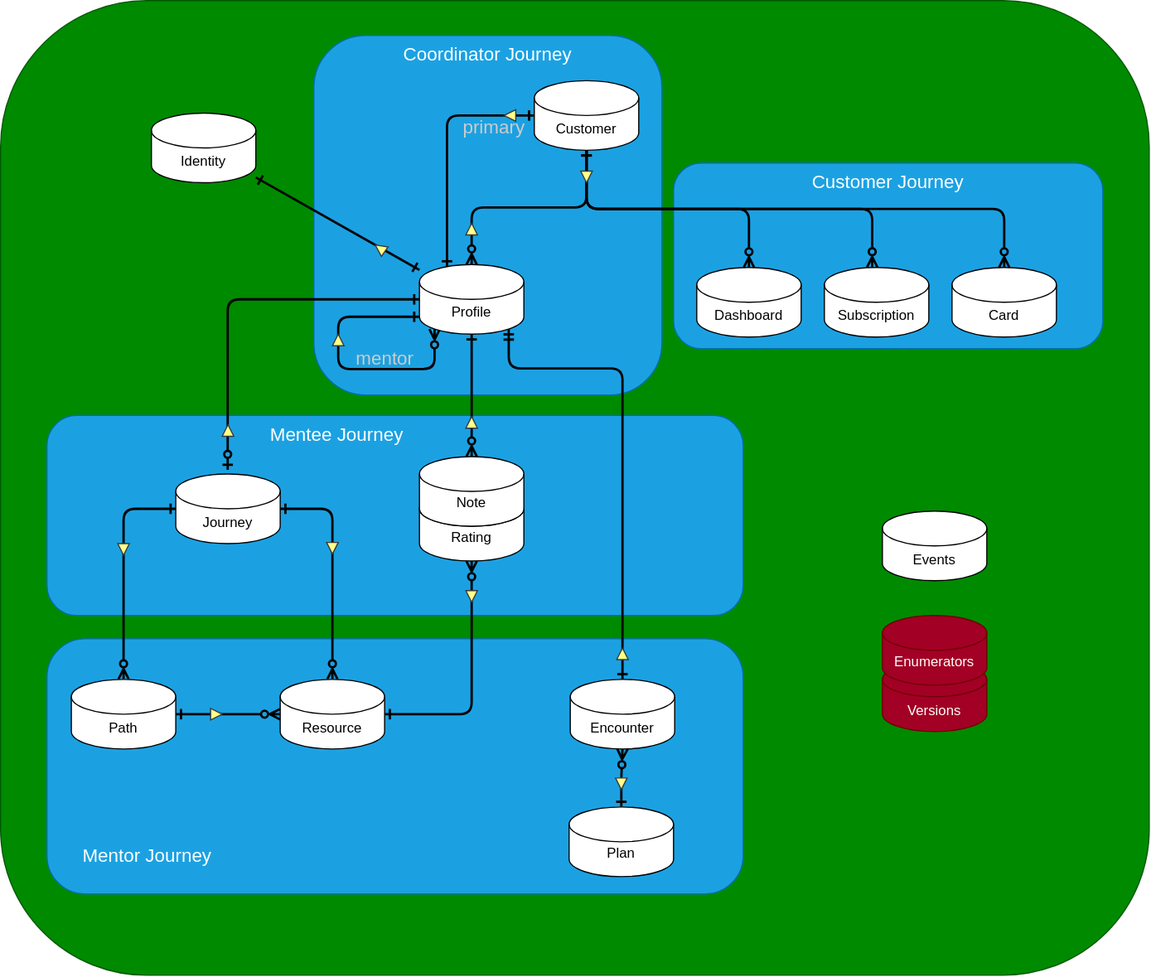
Before: erd.svg, a diagram exported from draw.io (mentor-forge/mentorhub_mongodb_api). Source tidied: cells renumbered, new cells last; positions are measured from the earlier drawing's top-left corner, leaving out a move shared by most shapes.
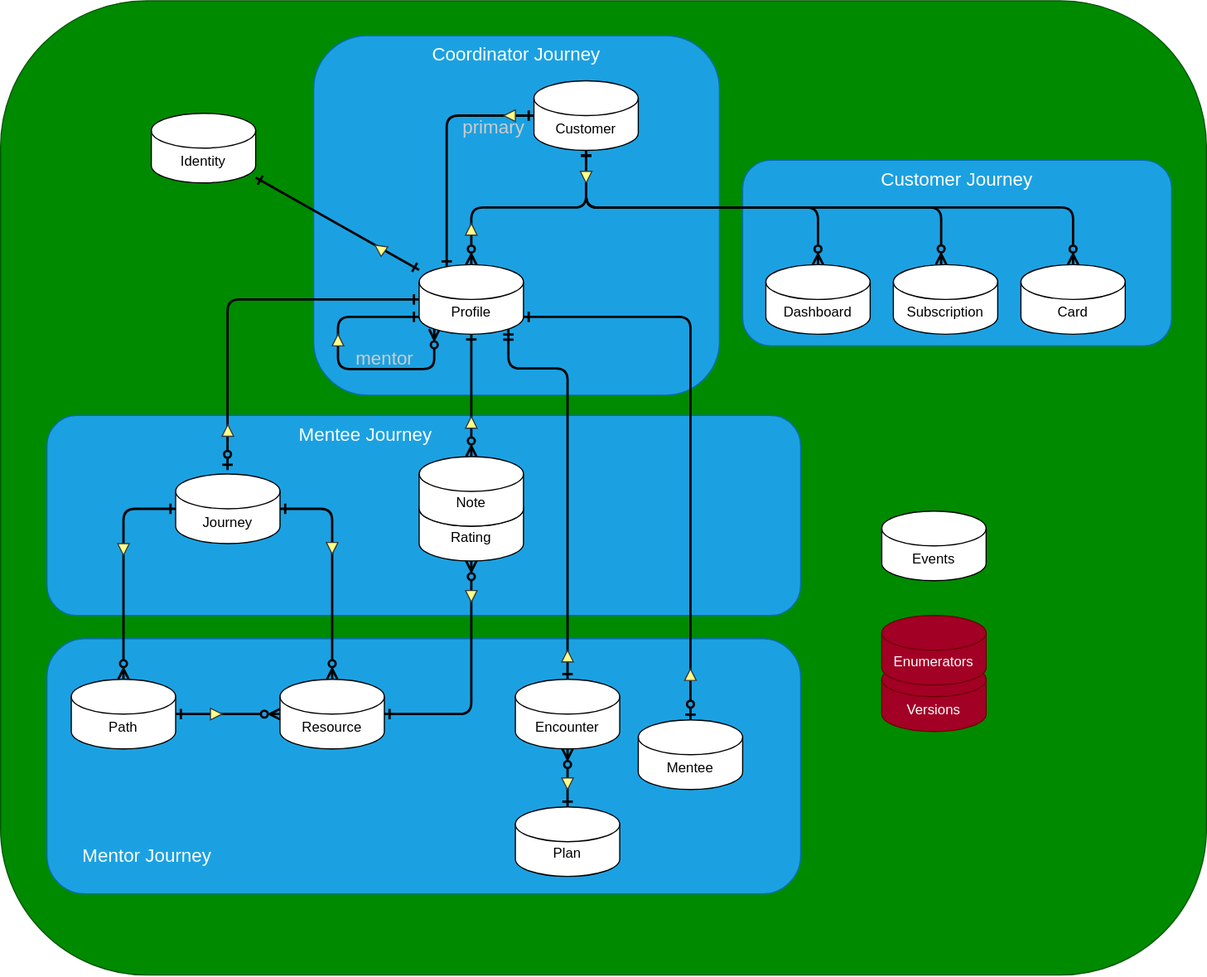
Later version of the same file.

Commit message:
Proposing Mentee Collection

Change to the diagram source:
```diff
@@ -3,22 +3,22 @@
     <mxCell id="0" />
     <mxCell id="1" parent="0" />
     <mxCell id="2" style="rounded=1;whiteSpace=wrap;html=1;fillColor=#008a00;strokeColor=#005700;fontColor=#ffffff;" parent="1" vertex="1">
-      <mxGeometry width="990" height="840" as="geometry" />
+      <mxGeometry width="1040" height="840" as="geometry" />
     </mxCell>
     <mxCell id="3" value="Mentor Journey" style="rounded=1;whiteSpace=wrap;html=1;fontSize=16;fillColor=#1ba1e2;strokeColor=#006EAF;fontColor=#ffffff;verticalAlign=bottom;spacingLeft=29;spacingBottom=21;align=left;" parent="1" vertex="1">
-      <mxGeometry x="40" y="550" width="600" height="220" as="geometry" />
+      <mxGeometry x="40" y="550" width="650" height="220" as="geometry" />
     </mxCell>
     <mxCell id="4" value="Mentee Journey" style="rounded=1;whiteSpace=wrap;html=1;fontSize=16;fillColor=#1ba1e2;strokeColor=#006EAF;fontColor=#ffffff;verticalAlign=top;spacingRight=100;" parent="1" vertex="1">
-      <mxGeometry x="40" y="357.5" width="600" height="172.5" as="geometry" />
+      <mxGeometry x="40" y="357.5" width="650" height="172.5" as="geometry" />
     </mxCell>
     <mxCell id="5" value="Coordinator Journey" style="rounded=1;whiteSpace=wrap;html=1;fontSize=16;fillColor=#1ba1e2;strokeColor=#006EAF;fontColor=#ffffff;verticalAlign=top;" parent="1" vertex="1">
-      <mxGeometry x="270" y="30" width="300" height="310" as="geometry" />
+      <mxGeometry x="270" y="30" width="350" height="310" as="geometry" />
     </mxCell>
     <mxCell id="6" value="Customer Journey" style="rounded=1;whiteSpace=wrap;html=1;fontSize=16;fillColor=#1ba1e2;strokeColor=#006EAF;fontColor=#ffffff;verticalAlign=top;" parent="1" vertex="1">
-      <mxGeometry x="580" y="140" width="370" height="160" as="geometry" />
+      <mxGeometry x="640" y="137.5" width="370" height="160" as="geometry" />
     </mxCell>
     <mxCell id="7" value="Dashboard" style="shape=cylinder3;whiteSpace=wrap;html=1;boundedLbl=1;backgroundOutline=1;size=15;spacingTop=3;" parent="1" vertex="1">
-      <mxGeometry x="600" y="230" width="90" height="60" as="geometry" />
+      <mxGeometry x="660" y="227.5" width="90" height="60" as="geometry" />
     </mxCell>
     <mxCell id="8" value="Events" style="shape=cylinder3;whiteSpace=wrap;html=1;boundedLbl=1;backgroundOutline=1;size=15;spacingTop=3;" parent="1" vertex="1">
       <mxGeometry x="760" y="440" width="90" height="60" as="geometry" />
@@ -45,7 +45,7 @@
       <mxGeometry x="61" y="585" width="90" height="60" as="geometry" />
     </mxCell>
     <mxCell id="16" value="Card" style="shape=cylinder3;whiteSpace=wrap;html=1;boundedLbl=1;backgroundOutline=1;size=15;spacingTop=3;" parent="1" vertex="1">
-      <mxGeometry x="820" y="230" width="90" height="60" as="geometry" />
+      <mxGeometry x="880" y="227.5" width="90" height="60" as="geometry" />
     </mxCell>
     <mxCell id="17" style="edgeStyle=none;html=1;endArrow=ERone;endFill=0;startArrow=ERone;startFill=0;strokeWidth=2;" parent="1" edge="1" source="18" target="23">
       <mxGeometry relative="1" as="geometry" />
@@ -75,16 +75,16 @@
       <mxGeometry x="361" y="227.5" width="90" height="60" as="geometry" />
     </mxCell>
     <mxCell id="24" value="Encounter" style="shape=cylinder3;whiteSpace=wrap;html=1;boundedLbl=1;backgroundOutline=1;size=15;spacingTop=3;" parent="1" vertex="1">
-      <mxGeometry x="491" y="585" width="90" height="60" as="geometry" />
+      <mxGeometry x="444" y="585" width="90" height="60" as="geometry" />
     </mxCell>
     <mxCell id="25" style="edgeStyle=orthogonalEdgeStyle;html=1;exitX=0.5;exitY=0;exitDx=0;exitDy=0;exitPerimeter=0;entryX=0.5;entryY=1;entryDx=0;entryDy=0;entryPerimeter=0;strokeWidth=2;startArrow=ERone;startFill=0;endArrow=ERzeroToMany;endFill=0;" parent="1" edge="1" source="26" target="24">
       <mxGeometry relative="1" as="geometry" />
     </mxCell>
     <mxCell id="26" value="Plan" style="shape=cylinder3;whiteSpace=wrap;html=1;boundedLbl=1;backgroundOutline=1;size=15;" parent="1" vertex="1">
-      <mxGeometry x="490" y="695" width="90" height="60" as="geometry" />
+      <mxGeometry x="444" y="695" width="90" height="60" as="geometry" />
     </mxCell>
     <mxCell id="27" value="Subscription" style="shape=cylinder3;whiteSpace=wrap;html=1;boundedLbl=1;backgroundOutline=1;size=15;spacingTop=3;" parent="1" vertex="1">
-      <mxGeometry x="710" y="230" width="90" height="60" as="geometry" />
+      <mxGeometry x="770" y="227.5" width="90" height="60" as="geometry" />
     </mxCell>
     <mxCell id="28" style="edgeStyle=orthogonalEdgeStyle;html=1;exitX=0.5;exitY=1;exitDx=0;exitDy=0;exitPerimeter=0;entryX=0.5;entryY=0;entryDx=0;entryDy=0;entryPerimeter=0;strokeWidth=2;startArrow=ERone;startFill=0;endArrow=ERzeroToMany;endFill=0;" parent="1" edge="1" source="32" target="7">
       <mxGeometry relative="1" as="geometry" />
@@ -129,7 +129,7 @@
       <mxGeometry x="401" y="508.5" width="10" height="10" as="geometry" />
     </mxCell>
     <mxCell id="42" style="triangle;whiteSpace=wrap;html=1;fontSize=16;fillColor=#ffff88;strokeColor=#36393d;rotation=90;" parent="1" vertex="1">
-      <mxGeometry x="530" y="670" width="10" height="10" as="geometry" />
+      <mxGeometry x="484" y="670" width="10" height="10" as="geometry" />
     </mxCell>
     <mxCell id="43" style="triangle;whiteSpace=wrap;html=1;fontSize=16;fillColor=#ffff88;strokeColor=#36393d;rotation=90;" parent="1" vertex="1">
       <mxGeometry x="281" y="467" width="10" height="10" as="geometry" />
@@ -149,19 +149,32 @@
     <mxCell id="48" style="triangle;whiteSpace=wrap;html=1;fontSize=16;fillColor=#ffff88;strokeColor=#36393d;rotation=-145;" parent="1" vertex="1">
       <mxGeometry x="322" y="208.5" width="10" height="10" as="geometry" />
     </mxCell>
-    <mxCell id="49" style="edgeStyle=orthogonalEdgeStyle;html=1;exitX=0.855;exitY=1;exitDx=0;exitDy=-4.35;exitPerimeter=0;entryX=0.5;entryY=0;entryDx=0;entryDy=0;entryPerimeter=0;strokeWidth=2;startArrow=ERmandOne;startFill=0;endArrow=ERone;endFill=0;" parent="1" edge="1" source="23" target="24">
+    <mxCell id="49" style="edgeStyle=orthogonalEdgeStyle;html=1;entryX=0.5;entryY=0;entryDx=0;entryDy=0;entryPerimeter=0;strokeWidth=2;startArrow=ERmandOne;startFill=0;endArrow=ERone;endFill=0;exitX=0.855;exitY=1;exitDx=0;exitDy=-4.35;exitPerimeter=0;" parent="1" edge="1" source="23" target="24">
       <mxGeometry relative="1" as="geometry">
         <Array as="points">
           <mxPoint x="438" y="317" />
-          <mxPoint x="536" y="317" />
+          <mxPoint x="489" y="317" />
         </Array>
       </mxGeometry>
     </mxCell>
     <mxCell id="50" style="triangle;whiteSpace=wrap;html=1;fontSize=16;fillColor=#ffff88;strokeColor=#36393d;rotation=-90;" parent="1" vertex="1">
-      <mxGeometry x="531" y="558" width="10" height="10" as="geometry" />
+      <mxGeometry x="484" y="560" width="10" height="10" as="geometry" />
     </mxCell>
     <mxCell id="51" style="triangle;whiteSpace=wrap;html=1;fontSize=16;fillColor=#ffff88;strokeColor=#36393d;rotation=-90;" parent="1" vertex="1">
       <mxGeometry x="401" y="192" width="10" height="10" as="geometry" />
     </mxCell>
+    <mxCell id="52" value="Mentee" style="shape=cylinder3;whiteSpace=wrap;html=1;boundedLbl=1;backgroundOutline=1;size=15;spacingTop=3;" parent="1" vertex="1">
+      <mxGeometry x="550" y="620" width="90" height="60" as="geometry" />
+    </mxCell>
+    <mxCell id="53" style="edgeStyle=orthogonalEdgeStyle;html=1;endArrow=ERzeroToOne;endFill=0;startArrow=ERone;startFill=0;strokeWidth=2;entryX=0.5;entryY=0;entryDx=0;entryDy=0;entryPerimeter=0;exitX=1;exitY=1;exitDx=0;exitDy=-15;exitPerimeter=0;" parent="1" edge="1" source="23" target="52">
+      <mxGeometry relative="1" as="geometry">
+        <Array as="points">
+          <mxPoint x="595" y="273" />
+        </Array>
+      </mxGeometry>
+    </mxCell>
+    <mxCell id="54" style="triangle;whiteSpace=wrap;html=1;fontSize=16;fillColor=#ffff88;strokeColor=#36393d;rotation=-90;" parent="1" vertex="1">
+      <mxGeometry x="590" y="576" width="10" height="10" as="geometry" />
+    </mxCell>
   </root>
 </mxGraphModel>
```
